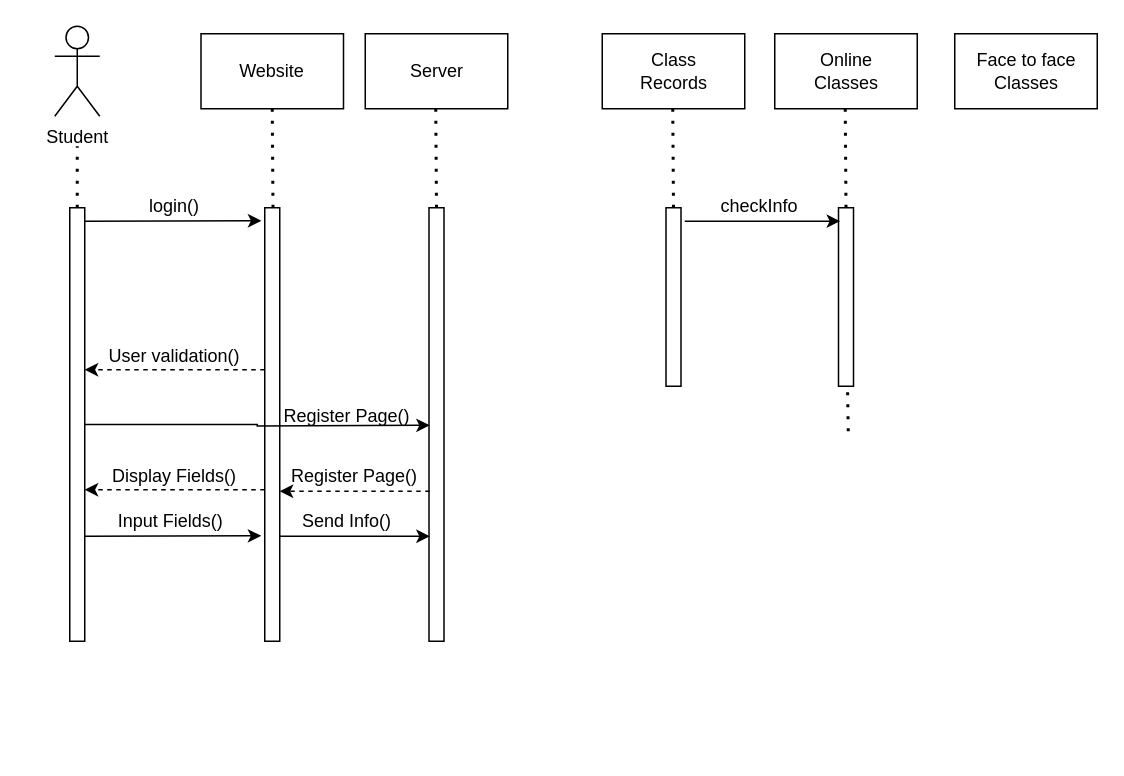
Before: SIS Behavioral Model.drawio in BrandonLombard/OOAD-SNHU, a draw.io diagram. Source tidied: cells renumbered, new cells numbered last; positions are measured from the earlier drawing's top-left corner, leaving out a move shared by most shapes. Both pictures are drawn from the tidied source at 150%, with x=0, y=0 at pixel (54, 26).
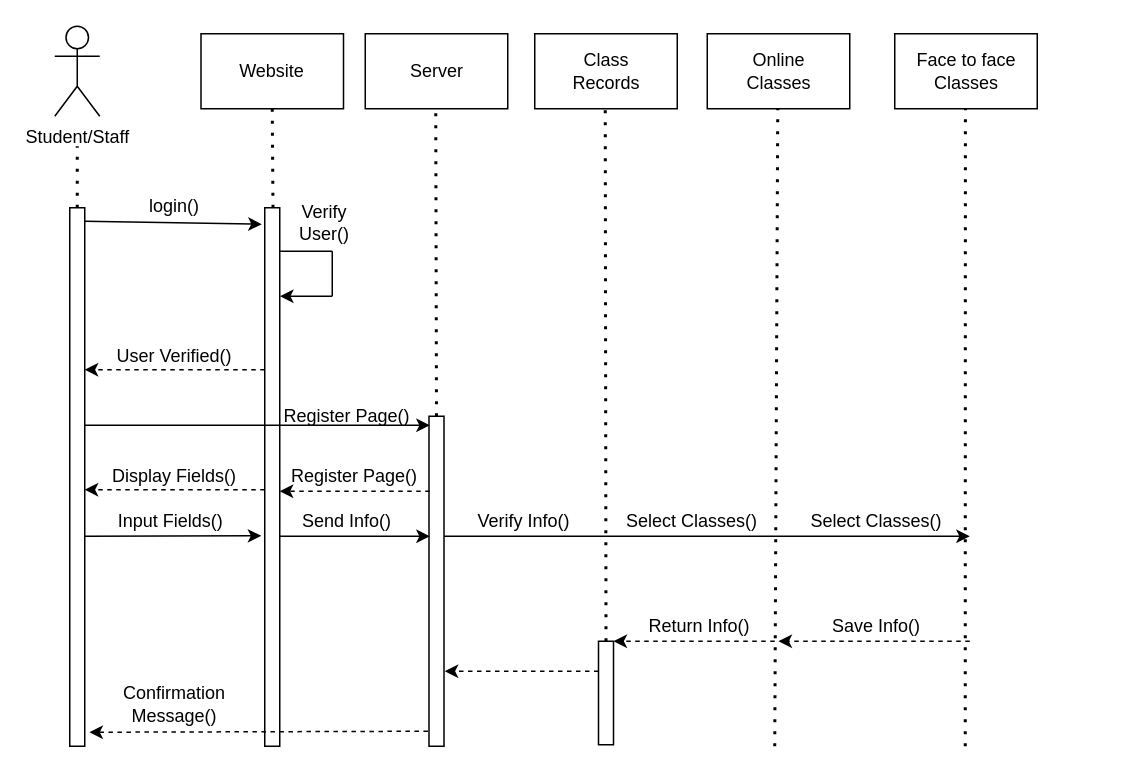
Above is the later version.

What changed in the source:
```diff
@@
-    <mxCell id="2" value="Student&lt;br&gt;" style="shape=umlActor;verticalLabelPosition=bottom;verticalAlign=top;html=1;" parent="1" vertex="1">
+    <mxCell id="2" value="Student/Staff" style="shape=umlActor;verticalLabelPosition=bottom;verticalAlign=top;html=1;" parent="1" vertex="1">
       <mxGeometry width="30" height="60" as="geometry" />
     </mxCell>
     <mxCell id="3" style="rounded=0;whiteSpace=wrap;html=1;" parent="1" vertex="1">
-      <mxGeometry x="10" y="121" width="10" height="289" as="geometry" />
+      <mxGeometry x="10" y="121" width="10" height="359" as="geometry" />
     </mxCell>
     <mxCell id="4" style="rounded=0;whiteSpace=wrap;html=1;" parent="1" vertex="1">
-      <mxGeometry x="140" y="121" width="10" height="289" as="geometry" />
+      <mxGeometry x="140" y="121" width="10" height="359" as="geometry" />
     </mxCell>
@@
     <mxCell id="9" style="rounded=0;whiteSpace=wrap;html=1;" parent="1" vertex="1">
-      <mxGeometry x="249.5" y="121" width="10" height="289" as="geometry" />
+      <mxGeometry x="249.5" y="260" width="10" height="220" as="geometry" />
     </mxCell>
@@
-    <mxCell id="11" style="endArrow=none;dashed=1;html=1;dashPattern=1 3;strokeWidth=2;entryX=0.5;entryY=1;entryDx=0;entryDy=0;" parent="1" edge="1">
+    <mxCell id="11" style="endArrow=none;dashed=1;html=1;dashPattern=1 3;strokeWidth=2;entryX=0.5;entryY=1;entryDx=0;entryDy=0;exitX=0.5;exitY=0;exitDx=0;exitDy=0;" parent="1" edge="1" source="9">
       <mxGeometry relative="1" as="geometry">
-        <mxPoint x="254.5" y="121" as="sourcePoint" />
         <mxPoint x="254" y="55" as="targetPoint" />
       </mxGeometry>
     </mxCell>
@@
-    <mxCell id="13" style="endArrow=classic;html=1;entryX=-0.226;entryY=0.03;entryDx=0;entryDy=0;entryPerimeter=0;" parent="1" edge="1" target="4">
+    <mxCell id="13" style="endArrow=classic;html=1;" parent="1" edge="1">
       <mxGeometry relative="1" as="geometry">
         <mxPoint x="20" y="130" as="sourcePoint" />
+        <mxPoint x="138" y="132" as="targetPoint" />
       </mxGeometry>
     </mxCell>
@@
-    <mxCell id="16" value="User validation()" style="text;html=1;strokeColor=none;fillColor=none;align=center;verticalAlign=middle;whiteSpace=wrap;rounded=0;" parent="1" vertex="1">
+    <mxCell id="16" value="User Verified()" style="text;html=1;strokeColor=none;fillColor=none;align=center;verticalAlign=middle;whiteSpace=wrap;rounded=0;" parent="1" vertex="1">
       <mxGeometry x="35" y="210" width="90" height="20" as="geometry" />
     </mxCell>
     <mxCell id="17" style="rounded=0;whiteSpace=wrap;html=1;" parent="1" vertex="1">
-      <mxGeometry x="365" y="5" width="95" height="50" as="geometry" />
+      <mxGeometry x="320" y="5" width="95" height="50" as="geometry" />
     </mxCell>
     <mxCell id="18" value="Class Records" style="text;html=1;strokeColor=none;fillColor=none;align=center;verticalAlign=middle;whiteSpace=wrap;rounded=0;" parent="1" vertex="1">
-      <mxGeometry x="392.5" y="20" width="40" height="20" as="geometry" />
+      <mxGeometry x="347.5" y="20" width="40" height="20" as="geometry" />
     </mxCell>
     <mxCell id="19" style="rounded=0;whiteSpace=wrap;html=1;" parent="1" vertex="1">
-      <mxGeometry x="407.5" y="121" width="10" height="119" as="geometry" />
+      <mxGeometry x="362.5" y="410" width="10" height="69" as="geometry" />
     </mxCell>
-    <mxCell id="20" style="endArrow=none;dashed=1;html=1;dashPattern=1 3;strokeWidth=2;entryX=0.5;entryY=1;entryDx=0;entryDy=0;" parent="1" edge="1">
+    <mxCell id="20" style="endArrow=none;dashed=1;html=1;dashPattern=1 3;strokeWidth=2;entryX=0.5;entryY=1;entryDx=0;entryDy=0;exitX=0.5;exitY=0;exitDx=0;exitDy=0;" parent="1" edge="1" source="19">
       <mxGeometry relative="1" as="geometry">
-        <mxPoint x="412.5" y="121" as="sourcePoint" />
-        <mxPoint x="412" y="55" as="targetPoint" />
+        <mxPoint x="367" y="55" as="targetPoint" />
       </mxGeometry>
     </mxCell>
     <mxCell id="21" style="rounded=0;whiteSpace=wrap;html=1;" parent="1" vertex="1">
-      <mxGeometry x="480" y="5" width="95" height="50" as="geometry" />
+      <mxGeometry x="435" y="5" width="95" height="50" as="geometry" />
     </mxCell>
     <mxCell id="22" value="Online Classes" style="text;html=1;strokeColor=none;fillColor=none;align=center;verticalAlign=middle;whiteSpace=wrap;rounded=0;" parent="1" vertex="1">
-      <mxGeometry x="507.5" y="20" width="40" height="20" as="geometry" />
+      <mxGeometry x="462.5" y="20" width="40" height="20" as="geometry" />
     </mxCell>
-    <mxCell id="23" style="rounded=0;whiteSpace=wrap;html=1;" parent="1" vertex="1">
-      <mxGeometry x="522.5" y="121" width="10" height="119" as="geometry" />
-    </mxCell>
     <mxCell id="24" style="endArrow=none;dashed=1;html=1;dashPattern=1 3;strokeWidth=2;entryX=0.5;entryY=1;entryDx=0;entryDy=0;" parent="1" edge="1">
       <mxGeometry relative="1" as="geometry">
-        <mxPoint x="527.5" y="121" as="sourcePoint" />
-        <mxPoint x="527" y="55" as="targetPoint" />
+        <mxPoint x="480" y="480" as="sourcePoint" />
+        <mxPoint x="482" y="55" as="targetPoint" />
       </mxGeometry>
     </mxCell>
-    <mxCell id="25" style="endArrow=classic;html=1;entryX=0.11;entryY=0.075;entryDx=0;entryDy=0;entryPerimeter=0;" parent="1" edge="1" target="23">
-      <mxGeometry relative="1" as="geometry">
-        <mxPoint x="420" y="130" as="sourcePoint" />
-      </mxGeometry>
-    </mxCell>
-    <mxCell id="26" value="checkInfo" style="text;html=1;strokeColor=none;fillColor=none;align=center;verticalAlign=middle;whiteSpace=wrap;rounded=0;" parent="1" vertex="1">
-      <mxGeometry x="450" y="110" width="40" height="20" as="geometry" />
-    </mxCell>
-    <mxCell id="27" style="endArrow=none;dashed=1;html=1;dashPattern=1 3;strokeWidth=2;" parent="1" edge="1">
-      <mxGeometry relative="1" as="geometry">
-        <mxPoint x="529" y="270" as="sourcePoint" />
-        <mxPoint x="528.5" y="240" as="targetPoint" />
-      </mxGeometry>
-    </mxCell>
     <mxCell id="28" style="rounded=0;whiteSpace=wrap;html=1;" parent="1" vertex="1">
-      <mxGeometry x="600" y="5" width="95" height="50" as="geometry" />
+      <mxGeometry x="560" y="5" width="95" height="50" as="geometry" />
     </mxCell>
     <mxCell id="29" value="Face to face Classes" style="text;html=1;strokeColor=none;fillColor=none;align=center;verticalAlign=middle;whiteSpace=wrap;rounded=0;" parent="1" vertex="1">
-      <mxGeometry x="607.5" y="20" width="80" height="20" as="geometry" />
+      <mxGeometry x="567.5" y="20" width="80" height="20" as="geometry" />
     </mxCell>
     <mxCell id="30" style="edgeStyle=orthogonalEdgeStyle;rounded=0;jettySize=auto;html=1;" parent="1" edge="1" source="3">
       <mxGeometry relative="1" as="geometry">
         <mxPoint x="250" y="266" as="targetPoint" />
+        <Array as="points">
+          <mxPoint x="80" y="266" />
+          <mxPoint x="80" y="266" />
+        </Array>
       </mxGeometry>
     </mxCell>
@@
+    <mxCell id="40" style="endArrow=classic;html=1;" parent="1" edge="1">
+      <mxGeometry relative="1" as="geometry">
+        <mxPoint x="259.5" y="340" as="sourcePoint" />
+        <mxPoint x="610" y="340" as="targetPoint" />
+      </mxGeometry>
+    </mxCell>
+    <mxCell id="41" value="Verify Info()" style="text;html=1;strokeColor=none;fillColor=none;align=center;verticalAlign=middle;whiteSpace=wrap;rounded=0;" parent="1" vertex="1">
+      <mxGeometry x="277.5" y="320" width="70" height="20" as="geometry" />
+    </mxCell>
+    <mxCell id="42" style="endArrow=none;dashed=1;html=1;dashPattern=1 3;strokeWidth=2;entryX=0.5;entryY=1;entryDx=0;entryDy=0;" parent="1" edge="1">
+      <mxGeometry relative="1" as="geometry">
+        <mxPoint x="607" y="480" as="sourcePoint" />
+        <mxPoint x="607.1" y="55" as="targetPoint" />
+      </mxGeometry>
+    </mxCell>
+    <mxCell id="43" value="Select Classes()" style="text;html=1;strokeColor=none;fillColor=none;align=center;verticalAlign=middle;whiteSpace=wrap;rounded=0;" parent="1" vertex="1">
+      <mxGeometry x="380" y="320" width="90" height="20" as="geometry" />
+    </mxCell>
+    <mxCell id="44" value="Select Classes()" style="text;html=1;strokeColor=none;fillColor=none;align=center;verticalAlign=middle;whiteSpace=wrap;rounded=0;" parent="1" vertex="1">
+      <mxGeometry x="502.5" y="320" width="90" height="20" as="geometry" />
+    </mxCell>
+    <mxCell id="45" style="endArrow=classic;html=1;dashed=1;" parent="1" edge="1">
+      <mxGeometry relative="1" as="geometry">
+        <mxPoint x="610" y="410" as="sourcePoint" />
+        <mxPoint x="482.5" y="410" as="targetPoint" />
+      </mxGeometry>
+    </mxCell>
+    <mxCell id="46" style="endArrow=classic;html=1;dashed=1;" parent="1" edge="1">
+      <mxGeometry relative="1" as="geometry">
+        <mxPoint x="480" y="410" as="sourcePoint" />
+        <mxPoint x="372.5" y="410" as="targetPoint" />
+      </mxGeometry>
+    </mxCell>
+    <mxCell id="47" value="Save Info()" style="text;html=1;strokeColor=none;fillColor=none;align=center;verticalAlign=middle;whiteSpace=wrap;rounded=0;" parent="1" vertex="1">
+      <mxGeometry x="512.5" y="390" width="70" height="20" as="geometry" />
+    </mxCell>
+    <mxCell id="48" value="Return Info()" style="text;html=1;strokeColor=none;fillColor=none;align=center;verticalAlign=middle;whiteSpace=wrap;rounded=0;" parent="1" vertex="1">
+      <mxGeometry x="390" y="390" width="80" height="20" as="geometry" />
+    </mxCell>
+    <mxCell id="49" style="endArrow=classic;html=1;dashed=1;" parent="1" edge="1">
+      <mxGeometry relative="1" as="geometry">
+        <mxPoint x="362.5" y="430" as="sourcePoint" />
+        <mxPoint x="260" y="430" as="targetPoint" />
+      </mxGeometry>
+    </mxCell>
+    <mxCell id="50" style="endArrow=classic;html=1;dashed=1;entryX=1.311;entryY=0.974;entryDx=0;entryDy=0;entryPerimeter=0;" parent="1" edge="1" target="3">
+      <mxGeometry relative="1" as="geometry">
+        <mxPoint x="248.8" y="470" as="sourcePoint" />
+      </mxGeometry>
+    </mxCell>
+    <mxCell id="51" value="Confirmation Message()" style="text;html=1;strokeColor=none;fillColor=none;align=center;verticalAlign=middle;whiteSpace=wrap;rounded=0;" parent="1" vertex="1">
+      <mxGeometry x="20" y="442" width="120" height="20" as="geometry" />
+    </mxCell>
+    <mxCell id="52" style="endArrow=none;html=1;" parent="1" edge="1">
+      <mxGeometry relative="1" as="geometry">
+        <mxPoint x="150" y="150" as="sourcePoint" />
+        <mxPoint x="185" y="150" as="targetPoint" />
+      </mxGeometry>
+    </mxCell>
+    <mxCell id="53" style="endArrow=none;html=1;" parent="1" edge="1">
+      <mxGeometry relative="1" as="geometry">
+        <mxPoint x="185" y="180" as="sourcePoint" />
+        <mxPoint x="185" y="150" as="targetPoint" />
+      </mxGeometry>
+    </mxCell>
+    <mxCell id="54" style="endArrow=classic;html=1;entryX=1.022;entryY=0.167;entryDx=0;entryDy=0;entryPerimeter=0;" parent="1" edge="1">
+      <mxGeometry relative="1" as="geometry">
+        <mxPoint x="185" y="180" as="sourcePoint" />
+        <mxPoint x="150.2" y="180" as="targetPoint" />
+      </mxGeometry>
+    </mxCell>
+    <mxCell id="55" value="Verify User()" style="text;html=1;strokeColor=none;fillColor=none;align=center;verticalAlign=middle;whiteSpace=wrap;rounded=0;" parent="1" vertex="1">
+      <mxGeometry x="160" y="121" width="40" height="20" as="geometry" />
+    </mxCell>
```
